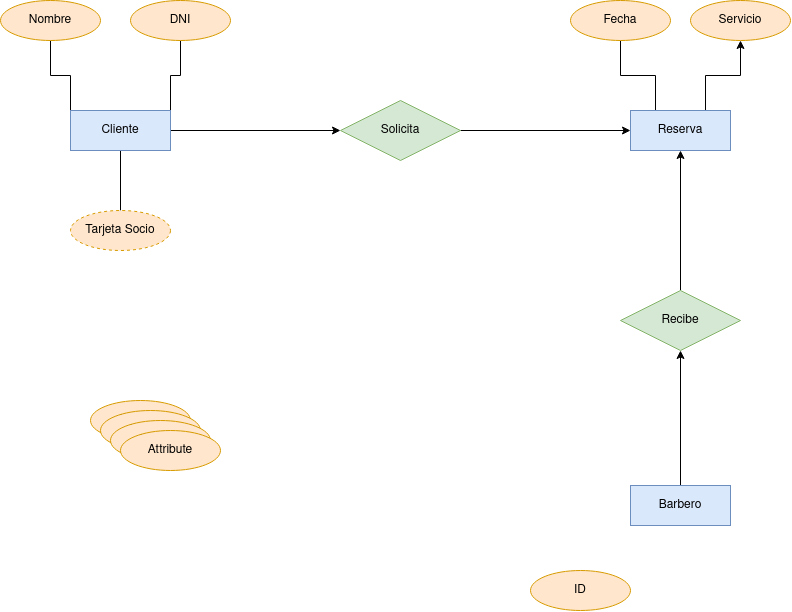
Before: Modelo_entidad_relacion.drawio.png, a diagram exported from draw.io (colidom/proyecto-ets). Source tidied: cells renumbered, new cells last; positions are measured from the earlier drawing's top-left corner, leaving out a move shared by most shapes.
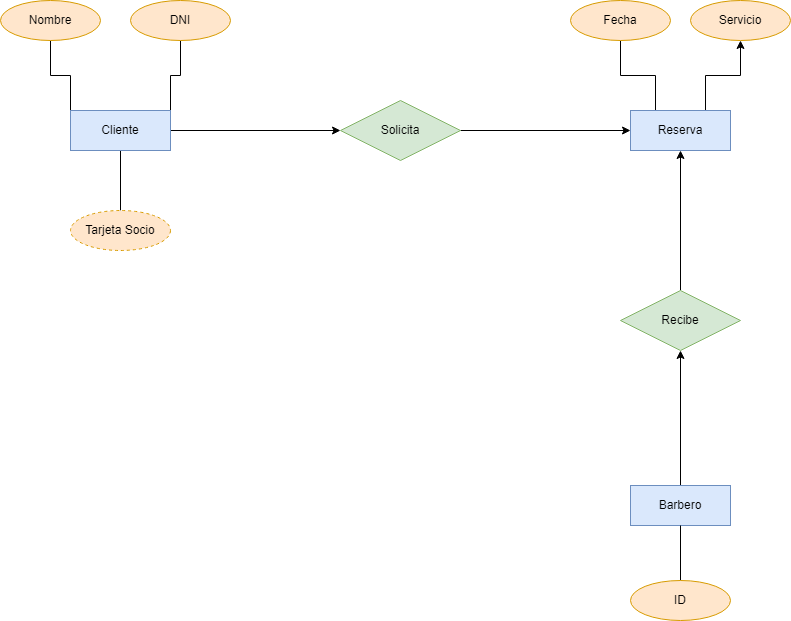
The same diagram one commit later.

Diff of the diagram source:
```diff
@@ -17,9 +17,6 @@
     <mxCell id="6" value="Cliente" style="whiteSpace=wrap;html=1;align=center;fillColor=#dae8fc;strokeColor=#6c8ebf;" parent="1" vertex="1">
       <mxGeometry x="70" y="110" width="100" height="40" as="geometry" />
     </mxCell>
-    <mxCell id="7" value="Attribute" style="ellipse;whiteSpace=wrap;html=1;align=center;fillColor=#ffe6cc;strokeColor=#d79b00;" parent="1" vertex="1">
-      <mxGeometry x="90" y="400" width="100" height="40" as="geometry" />
-    </mxCell>
     <mxCell id="8" style="edgeStyle=orthogonalEdgeStyle;rounded=0;jettySize=auto;html=1;exitX=1;exitY=0.5;exitDx=0;exitDy=0;entryX=0;entryY=0.5;entryDx=0;entryDy=0;" parent="1" edge="1" source="9" target="12">
       <mxGeometry relative="1" as="geometry" />
     </mxCell>
@@ -47,17 +44,11 @@
     <mxCell id="16" value="Barbero" style="whiteSpace=wrap;html=1;align=center;fillColor=#dae8fc;strokeColor=#6c8ebf;" parent="1" vertex="1">
       <mxGeometry x="630" y="485" width="100" height="40" as="geometry" />
     </mxCell>
-    <mxCell id="17" value="Attribute" style="ellipse;whiteSpace=wrap;html=1;align=center;fillColor=#ffe6cc;strokeColor=#d79b00;" parent="1" vertex="1">
-      <mxGeometry x="100" y="410" width="100" height="40" as="geometry" />
-    </mxCell>
-    <mxCell id="18" value="Attribute" style="ellipse;whiteSpace=wrap;html=1;align=center;fillColor=#ffe6cc;strokeColor=#d79b00;" parent="1" vertex="1">
-      <mxGeometry x="110" y="420" width="100" height="40" as="geometry" />
-    </mxCell>
-    <mxCell id="19" value="Attribute" style="ellipse;whiteSpace=wrap;html=1;align=center;fillColor=#ffe6cc;strokeColor=#d79b00;" parent="1" vertex="1">
-      <mxGeometry x="120" y="430" width="100" height="40" as="geometry" />
-    </mxCell>
+    <mxCell id="26" style="edgeStyle=orthogonalEdgeStyle;rounded=0;jettySize=auto;html=1;exitX=0.5;exitY=0;exitDx=0;exitDy=0;entryX=0.5;entryY=1;entryDx=0;entryDy=0;endArrow=none;endFill=0;" parent="1" edge="1" source="20" target="16">
+      <mxGeometry relative="1" as="geometry" />
+    </mxCell>
     <mxCell id="20" value="ID" style="ellipse;whiteSpace=wrap;html=1;align=center;fillColor=#ffe6cc;strokeColor=#d79b00;" parent="1" vertex="1">
-      <mxGeometry x="530" y="570" width="100" height="40" as="geometry" />
+      <mxGeometry x="630" y="580" width="100" height="40" as="geometry" />
     </mxCell>
     <mxCell id="21" value="Servicio" style="ellipse;whiteSpace=wrap;html=1;align=center;fillColor=#ffe6cc;strokeColor=#d79b00;" parent="1" vertex="1">
       <mxGeometry x="690" width="100" height="40" as="geometry" />
```
